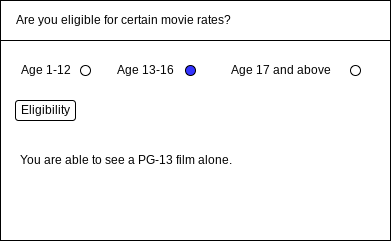
The draw.io diagram design/storyboard.png in zaida-hammel/ICS2O-Unit5-03-JS, before a commit. Source tidied: cells renumbered, new cells last; positions are measured from the earlier drawing's top-left corner, leaving out a move shared by most shapes.
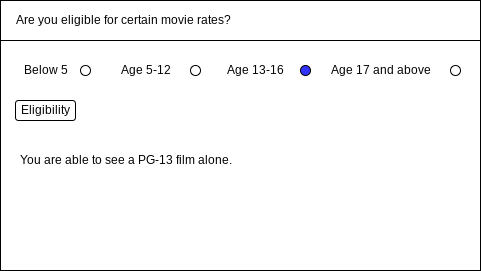
After the commit.

What changed in the source:
```diff
@@ -3,28 +3,28 @@
     <mxCell id="0" />
     <mxCell id="1" parent="0" />
     <mxCell id="2" style="rounded=0;whiteSpace=wrap;html=1;" parent="1" vertex="1">
-      <mxGeometry width="390" height="240" as="geometry" />
+      <mxGeometry width="480" height="270" as="geometry" />
     </mxCell>
     <mxCell id="3" value="&amp;nbsp; &amp;nbsp; &amp;nbsp;Are you eligible for certain movie rates?" style="rounded=0;whiteSpace=wrap;html=1;align=left;" parent="1" vertex="1">
-      <mxGeometry width="390" height="40" as="geometry" />
+      <mxGeometry width="480" height="40" as="geometry" />
     </mxCell>
     <mxCell id="4" style="ellipse;whiteSpace=wrap;html=1;" parent="1" vertex="1">
-      <mxGeometry x="80" y="65" width="10" height="10" as="geometry" />
+      <mxGeometry x="190" y="65" width="10" height="10" as="geometry" />
     </mxCell>
-    <mxCell id="5" value="Age 1-12" style="text;html=1;align=center;verticalAlign=middle;strokeColor=none;fillColor=none;" parent="1" vertex="1">
-      <mxGeometry x="10" y="60" width="70" height="20" as="geometry" />
+    <mxCell id="5" value="Age 5-12" style="text;html=1;align=center;verticalAlign=middle;strokeColor=none;fillColor=none;" parent="1" vertex="1">
+      <mxGeometry x="110" y="60" width="70" height="20" as="geometry" />
     </mxCell>
     <mxCell id="6" value="Age 13-16" style="text;html=1;align=center;verticalAlign=middle;strokeColor=none;fillColor=none;" parent="1" vertex="1">
-      <mxGeometry x="110" y="60" width="70" height="20" as="geometry" />
+      <mxGeometry x="220" y="60" width="70" height="20" as="geometry" />
     </mxCell>
     <mxCell id="7" style="ellipse;whiteSpace=wrap;html=1;fillColor=#3333FF;" parent="1" vertex="1">
-      <mxGeometry x="185" y="65" width="10" height="10" as="geometry" />
+      <mxGeometry x="300" y="65" width="10" height="10" as="geometry" />
     </mxCell>
     <mxCell id="8" value="Age 17 and above" style="text;html=1;align=center;verticalAlign=middle;strokeColor=none;fillColor=none;" parent="1" vertex="1">
-      <mxGeometry x="220" y="60" width="120" height="20" as="geometry" />
+      <mxGeometry x="320" y="60" width="120" height="20" as="geometry" />
     </mxCell>
     <mxCell id="9" style="ellipse;whiteSpace=wrap;html=1;" parent="1" vertex="1">
-      <mxGeometry x="350" y="65" width="10" height="10" as="geometry" />
+      <mxGeometry x="450" y="65" width="10" height="10" as="geometry" />
     </mxCell>
     <mxCell id="10" value="Eligibility" style="rounded=1;whiteSpace=wrap;html=1;" parent="1" vertex="1">
       <mxGeometry x="15" y="100" width="60" height="20" as="geometry" />
@@ -32,5 +32,11 @@
     <mxCell id="11" value="You are able to see a PG-13 film alone." style="text;html=1;align=center;verticalAlign=middle;strokeColor=none;fillColor=none;" parent="1" vertex="1">
       <mxGeometry x="10" y="150" width="230" height="20" as="geometry" />
     </mxCell>
+    <mxCell id="12" value="Below 5" style="text;html=1;align=center;verticalAlign=middle;strokeColor=none;fillColor=none;" parent="1" vertex="1">
+      <mxGeometry x="15" y="60" width="60" height="20" as="geometry" />
+    </mxCell>
+    <mxCell id="13" style="ellipse;whiteSpace=wrap;html=1;" parent="1" vertex="1">
+      <mxGeometry x="80" y="65" width="10" height="10" as="geometry" />
+    </mxCell>
   </root>
 </mxGraphModel>
```
